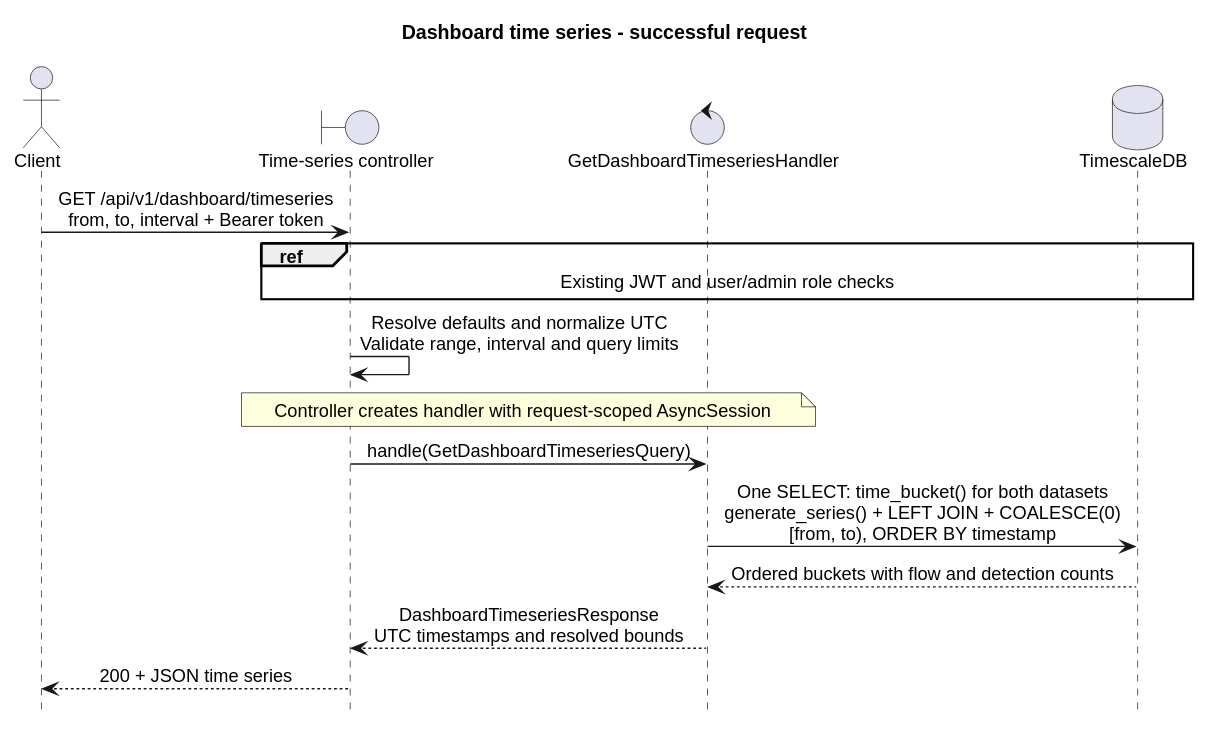
Earlier version of the PlantUML export Docs/ManagementAPI/dashboard/diagrams/timeseries_sequence.svg (k1borg32/Netguard). The source it was exported from:
```plantuml
@startuml
title Dashboard time series - successful request
skinparam backgroundColor white
skinparam shadowing false
skinparam defaultFontName Arial
skinparam defaultFontSize 13
skinparam sequenceMessageAlign center
hide footbox

actor Client
boundary "Time-series controller" as API
control GetDashboardTimeseriesHandler as Handler
database TimescaleDB as DB

Client -> API : GET /api/v1/dashboard/timeseries\nfrom, to, interval + Bearer token
ref over API,DB : Existing JWT and user/admin role checks
API -> API : Resolve defaults and normalize UTC\nValidate range, interval and query limits
note over API,Handler : Controller creates handler with request-scoped AsyncSession
API -> Handler : handle(GetDashboardTimeseriesQuery)
Handler -> DB : One SELECT: time_bucket() for both datasets\ngenerate_series() + LEFT JOIN + COALESCE(0)\n[from, to), ORDER BY timestamp
DB --> Handler : Ordered buckets with flow and detection counts
Handler --> API : DashboardTimeseriesResponse\nUTC timestamps and resolved bounds
API --> Client : 200 + JSON time series
@enduml
```
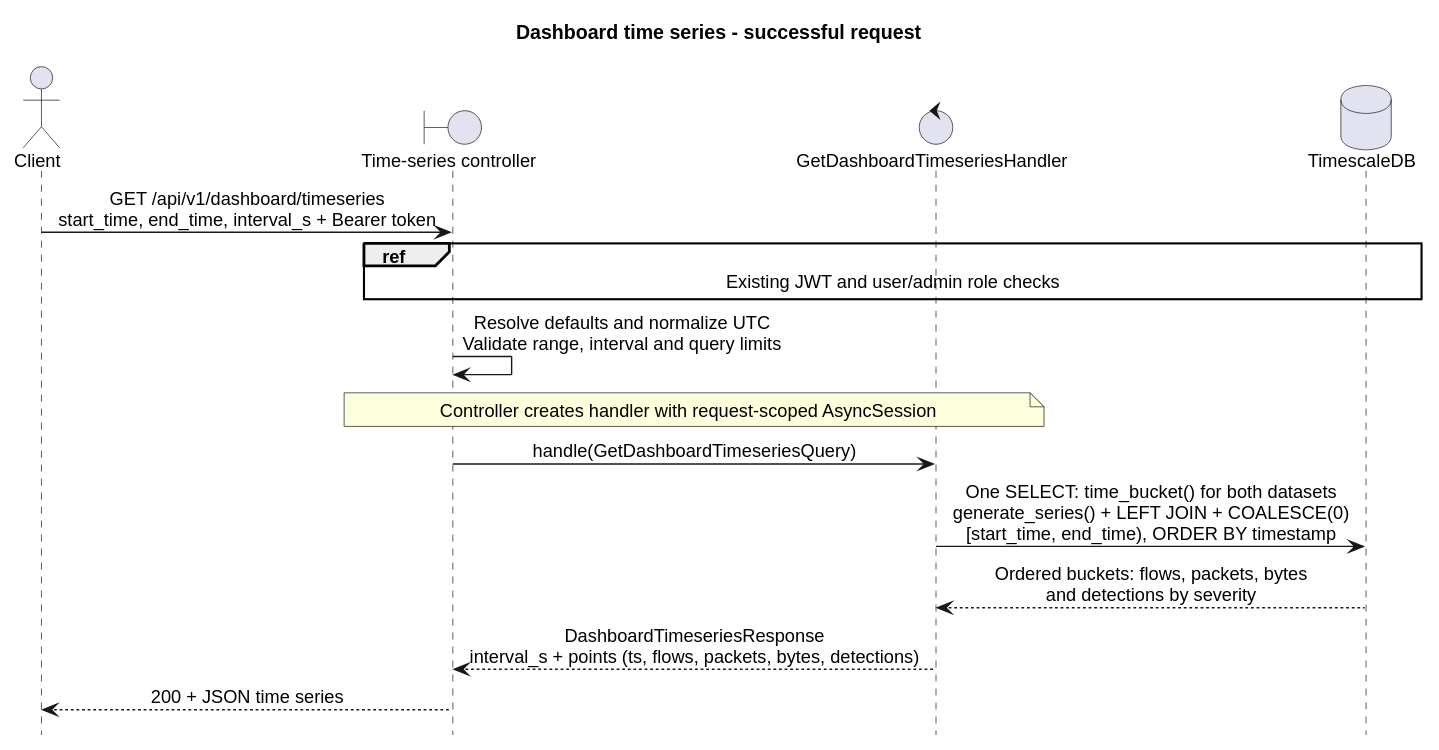
Later version of the same file.

Change to the diagram source:
```diff
@@ -12,13 +12,13 @@
 control GetDashboardTimeseriesHandler as Handler
 database TimescaleDB as DB
 
-Client -> API : GET /api/v1/dashboard/timeseries\nfrom, to, interval + Bearer token
+Client -> API : GET /api/v1/dashboard/timeseries\nstart_time, end_time, interval_s + Bearer token
 ref over API,DB : Existing JWT and user/admin role checks
 API -> API : Resolve defaults and normalize UTC\nValidate range, interval and query limits
 note over API,Handler : Controller creates handler with request-scoped AsyncSession
 API -> Handler : handle(GetDashboardTimeseriesQuery)
-Handler -> DB : One SELECT: time_bucket() for both datasets\ngenerate_series() + LEFT JOIN + COALESCE(0)\n[from, to), ORDER BY timestamp
-DB --> Handler : Ordered buckets with flow and detection counts
-Handler --> API : DashboardTimeseriesResponse\nUTC timestamps and resolved bounds
+Handler -> DB : One SELECT: time_bucket() for both datasets\ngenerate_series() + LEFT JOIN + COALESCE(0)\n[start_time, end_time), ORDER BY timestamp
+DB --> Handler : Ordered buckets: flows, packets, bytes\nand detections by severity
+Handler --> API : DashboardTimeseriesResponse\ninterval_s + points (ts, flows, packets, bytes, detections)
 API --> Client : 200 + JSON time series
 @enduml
```
